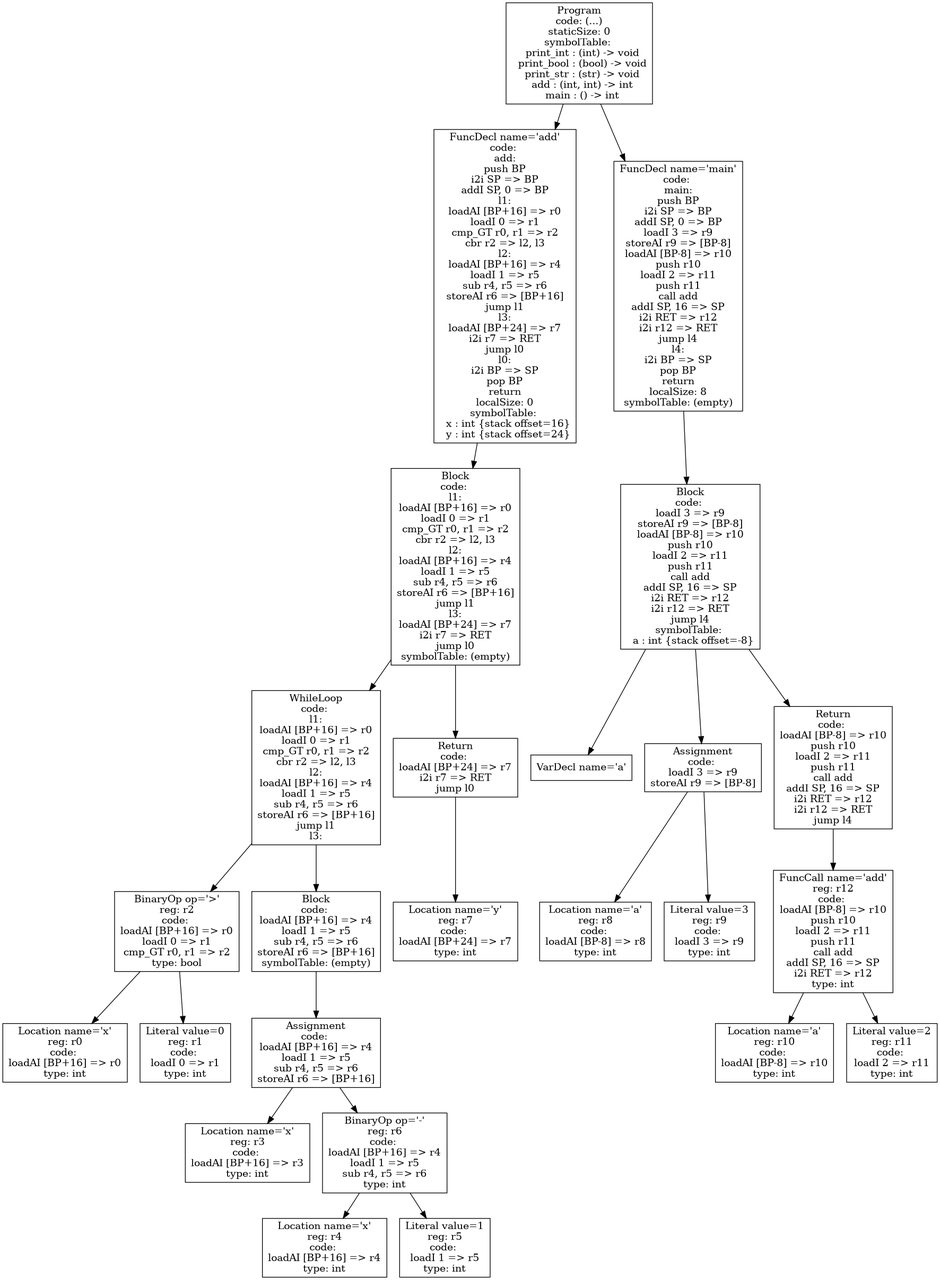
Before: p4-codegen/tests/iloc-tree.png, a diagram exported from Graphviz (atrim11/CS432). Its source is kept beside it as p4-codegen/iloc-tree.dot.
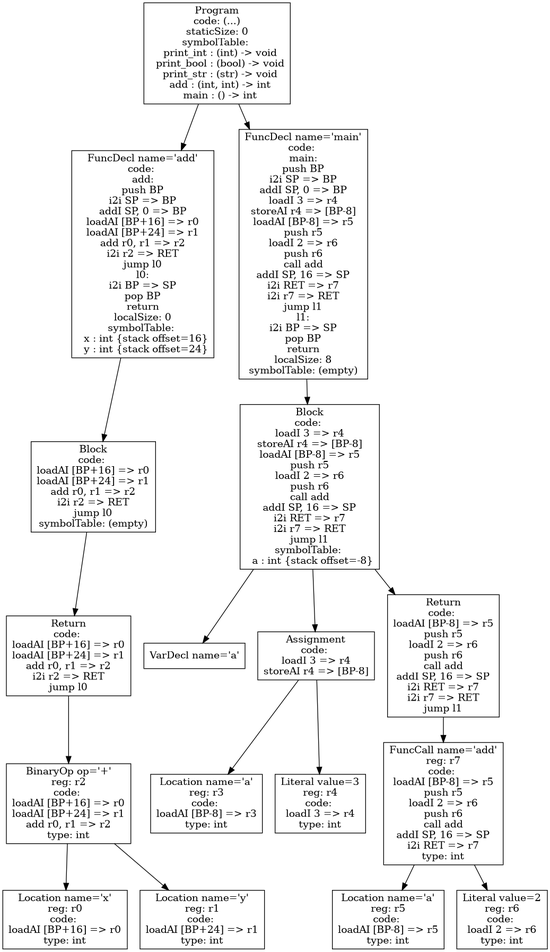
The same file after the commit.

The edit, as a diff of the source:
```diff
@@ -1,59 +1,29 @@
 digraph AST {
-1 [shape=box, label="VarDecl name='arr'\ncode: \nloadI 256 => r0\naddI SP, 24 => SP"];
-4 [shape=box, label="VarDecl name='sum'"];
-7 [shape=box, label="Literal value=0\nreg: r1\ncode: \nloadI 0 => r1\ntype: int"];
-6 [shape=box, label="Location name='arr'\nreg: r3\ncode: \nloadI 256 => r2\nloadI 0 => r1\nmultI r1, 8 => r4\nloadAO [r2+r4] => r3\ntype: int"];
+3 [shape=box, label="VarDecl name='a'"];
+4 [shape=box, label="VarDecl name='b'"];
+5 [shape=box, label="VarDecl name='c'"];
+7 [shape=box, label="Location name='b'\nreg: r0\ncode: \nloadAI [BP-16] => r0\ntype: int"];
+8 [shape=box, label="Literal value=5\nreg: r1\ncode: \nloadI 5 => r1\ntype: int"];
+6 [shape=box, label="Assignment\ncode: \nloadI 5 => r1\nstoreAI r1 => [BP-16]"];
 6 -> 7;
-8 [shape=box, label="Literal value=1\nreg: r5\ncode: \nloadI 1 => r5\ntype: int"];
-5 [shape=box, label="Assignment\ncode: \nloadI 1 => r5\nloadI 256 => r6\nloadI 0 => r1\nmultI r1, 8 => r7\nstoreAO r5 => [r6+r7]"];
-5 -> 6;
-5 -> 8;
-11 [shape=box, label="Literal value=1\nreg: r8\ncode: \nloadI 1 => r8\ntype: int"];
-10 [shape=box, label="Location name='arr'\nreg: r10\ncode: \nloadI 256 => r9\nloadI 1 => r8\nmultI r8, 8 => r11\nloadAO [r9+r11] => r10\ntype: int"];
-10 -> 11;
-12 [shape=box, label="Literal value=2\nreg: r12\ncode: \nloadI 2 => r12\ntype: int"];
-9 [shape=box, label="Assignment\ncode: \nloadI 2 => r12\nloadI 256 => r13\nloadI 1 => r8\nmultI r8, 8 => r14\nstoreAO r12 => [r13+r14]"];
+6 -> 8;
+10 [shape=box, label="Location name='a'\nreg: r2\ncode: \nloadAI [BP-8] => r2\ntype: int"];
+11 [shape=box, label="Location name='b'\nreg: r3\ncode: \nloadAI [BP-16] => r3\ntype: int"];
+9 [shape=box, label="Assignment\ncode: \nloadAI [BP-16] => r3\nstoreAI r3 => [BP-8]"];
 9 -> 10;
-9 -> 12;
-15 [shape=box, label="Literal value=2\nreg: r15\ncode: \nloadI 2 => r15\ntype: int"];
-14 [shape=box, label="Location name='arr'\nreg: r17\ncode: \nloadI 256 => r16\nloadI 2 => r15\nmultI r15, 8 => r18\nloadAO [r16+r18] => r17\ntype: int"];
-14 -> 15;
-16 [shape=box, label="Literal value=3\nreg: r19\ncode: \nloadI 3 => r19\ntype: int"];
-13 [shape=box, label="Assignment\ncode: \nloadI 3 => r19\nloadI 256 => r20\nloadI 2 => r15\nmultI r15, 8 => r21\nstoreAO r19 => [r20+r21]"];
-13 -> 14;
-13 -> 16;
-18 [shape=box, label="Location name='sum'\nreg: r22\ncode: \nloadAI [BP-8] => r22\ntype: int"];
-22 [shape=box, label="Literal value=0\nreg: r23\ncode: \nloadI 0 => r23\ntype: int"];
-21 [shape=box, label="Location name='arr'\nreg: r25\ncode: \nloadI 256 => r24\nloadI 0 => r23\nmultI r23, 8 => r26\nloadAO [r24+r26] => r25\ntype: int"];
-21 -> 22;
-24 [shape=box, label="Literal value=1\nreg: r27\ncode: \nloadI 1 => r27\ntype: int"];
-23 [shape=box, label="Location name='arr'\nreg: r29\ncode: \nloadI 256 => r28\nloadI 1 => r27\nmultI r27, 8 => r30\nloadAO [r28+r30] => r29\ntype: int"];
-23 -> 24;
-20 [shape=box, label="BinaryOp op='+'\nreg: r31\ncode: \nloadI 256 => r24\nloadI 0 => r23\nmultI r23, 8 => r26\nloadAO [r24+r26] => r25\nloadI 256 => r28\nloadI 1 => r27\nmultI r27, 8 => r30\nloadAO [r28+r30] => r29\nadd r25, r29 => r31\ntype: int"];
-20 -> 21;
-20 -> 23;
-26 [shape=box, label="Literal value=2\nreg: r32\ncode: \nloadI 2 => r32\ntype: int"];
-25 [shape=box, label="Location name='arr'\nreg: r34\ncode: \nloadI 256 => r33\nloadI 2 => r32\nmultI r32, 8 => r35\nloadAO [r33+r35] => r34\ntype: int"];
-25 -> 26;
-19 [shape=box, label="BinaryOp op='+'\nreg: r36\ncode: \nloadI 256 => r24\nloadI 0 => r23\nmultI r23, 8 => r26\nloadAO [r24+r26] => r25\nloadI 256 => r28\nloadI 1 => r27\nmultI r27, 8 => r30\nloadAO [r28+r30] => r29\nadd r25, r29 => r31\nloadI 256 => r33\nloadI 2 => r32\nmultI r32, 8 => r35\nloadAO [r33+r35] => r34\nadd r31, r34 => r36\ntype: int"];
-19 -> 20;
-19 -> 25;
-17 [shape=box, label="Assignment\ncode: \nloadI 256 => r24\nloadI 0 => r23\nmultI r23, 8 => r26\nloadAO [r24+r26] => r25\nloadI 256 => r28\nloadI 1 => r27\nmultI r27, 8 => r30\nloadAO [r28+r30] => r29\nadd r25, r29 => r31\nloadI 256 => r33\nloadI 2 => r32\nmultI r32, 8 => r35\nloadAO [r33+r35] => r34\nadd r31, r34 => r36\nstoreAI r36 => [BP-8]"];
-17 -> 18;
-17 -> 19;
-28 [shape=box, label="Location name='sum'\nreg: r37\ncode: \nloadAI [BP-8] => r37\ntype: int"];
-27 [shape=box, label="Return\ncode: \nloadAI [BP-8] => r37\ni2i r37 => RET\njump l0"];
-27 -> 28;
-3 [shape=box, label="Block\ncode: \nloadI 1 => r5\nloadI 256 => r6\nloadI 0 => r1\nmultI r1, 8 => r7\nstoreAO r5 => [r6+r7]\nloadI 2 => r12\nloadI 256 => r13\nloadI 1 => r8\nmultI r8, 8 => r14\nstoreAO r12 => [r13+r14]\nloadI 3 => r19\nloadI 256 => r20\nloadI 2 => r15\nmultI r15, 8 => r21\nstoreAO r19 => [r20+r21]\nloadI 256 => r24\nloadI 0 => r23\nmultI r23, 8 => r26\nloadAO [r24+r26] => r25\nloadI 256 => r28\nloadI 1 => r27\nmultI r27, 8 => r30\nloadAO [r28+r30] => r29\nadd r25, r29 => r31\nloadI 256 => r33\nloadI 2 => r32\nmultI r32, 8 => r35\nloadAO [r33+r35] => r34\nadd r31, r34 => r36\nstoreAI r36 => [BP-8]\nloadAI [BP-8] => r37\ni2i r37 => RET\njump l0\nsymbolTable: \n  sum : int {stack offset=-8}"];
-3 -> 4;
-3 -> 5;
-3 -> 9;
-3 -> 13;
-3 -> 17;
-3 -> 27;
-2 [shape=box, label="FuncDecl name='main'\ncode: \nmain:\npush BP\ni2i SP => BP\naddI SP, 0 => BP\nloadI 1 => r5\nloadI 256 => r6\nloadI 0 => r1\nmultI r1, 8 => r7\nstoreAO r5 => [r6+r7]\nloadI 2 => r12\nloadI 256 => r13\nloadI 1 => r8\nmultI r8, 8 => r14\nstoreAO r12 => [r13+r14]\nloadI 3 => r19\nloadI 256 => r20\nloadI 2 => r15\nmultI r15, 8 => r21\nstoreAO r19 => [r20+r21]\nloadI 256 => r24\nloadI 0 => r23\nmultI r23, 8 => r26\nloadAO [r24+r26] => r25\nloadI 256 => r28\nloadI 1 => r27\nmultI r27, 8 => r30\nloadAO [r28+r30] => r29\nadd r25, r29 => r31\nloadI 256 => r33\nloadI 2 => r32\nmultI r32, 8 => r35\nloadAO [r33+r35] => r34\nadd r31, r34 => r36\nstoreAI r36 => [BP-8]\nloadAI [BP-8] => r37\ni2i r37 => RET\njump l0\nl0:\ni2i BP => SP\npop BP\nreturn\nlocalSize: 8\nsymbolTable: (empty)"];
+9 -> 11;
+13 [shape=box, label="Location name='a'\nreg: r4\ncode: \nloadAI [BP-8] => r4\ntype: int"];
+12 [shape=box, label="Return\ncode: \nloadAI [BP-8] => r4\ni2i r4 => RET\njump l0"];
+12 -> 13;
+2 [shape=box, label="Block\ncode: \nloadI 5 => r1\nstoreAI r1 => [BP-16]\nloadAI [BP-16] => r3\nstoreAI r3 => [BP-8]\nloadAI [BP-8] => r4\ni2i r4 => RET\njump l0\nsymbolTable: \n  a : int {stack offset=-8}\n  b : int {stack offset=-16}\n  c : int {stack offset=-24}"];
 2 -> 3;
-0 [shape=box, label="Program\ncode: (...)\nstaticSize: 24\nsymbolTable: \n  print_int : (int) -> void\n  print_bool : (bool) -> void\n  print_str : (str) -> void\n  main : () -> int\n  arr : int [3] {static offset=256}"];
+2 -> 4;
+2 -> 5;
+2 -> 6;
+2 -> 9;
+2 -> 12;
+1 [shape=box, label="FuncDecl name='main'\ncode: \nmain:\npush BP\ni2i SP => BP\naddI SP, 0 => BP\nloadI 5 => r1\nstoreAI r1 => [BP-16]\nloadAI [BP-16] => r3\nstoreAI r3 => [BP-8]\nloadAI [BP-8] => r4\ni2i r4 => RET\njump l0\nl0:\ni2i BP => SP\npop BP\nreturn\nlocalSize: 24\nsymbolTable: (empty)"];
+1 -> 2;
+0 [shape=box, label="Program\ncode: (...)\nstaticSize: 0\nsymbolTable: \n  print_int : (int) -> void\n  print_bool : (bool) -> void\n  print_str : (str) -> void\n  main : () -> int"];
 0 -> 1;
-0 -> 2;
 }
```
